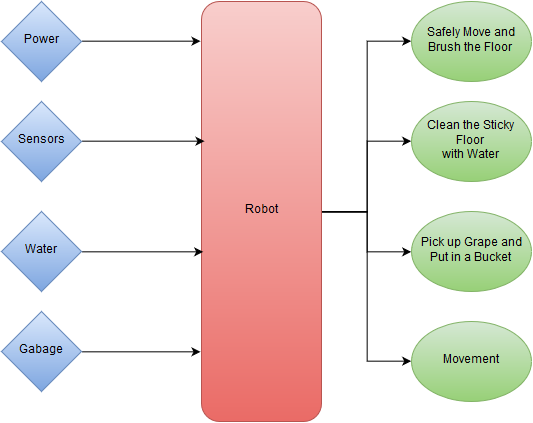
Above: images/RobotFunctionalDiagram.png in quangdai1406/quangdai1406.github.io (draw.io), before the change. Source tidied: cells renumbered, new cells last; positions are measured from the earlier drawing's top-left corner, leaving out a move shared by most shapes.
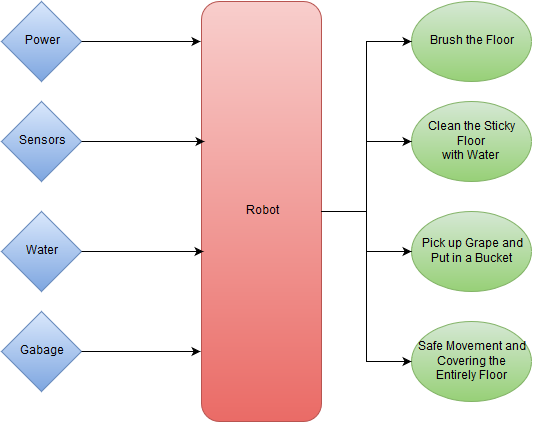
After the change.

Diff of the diagram source:
```diff
@@ -2,56 +2,56 @@
   <root>
     <mxCell id="0" />
     <mxCell id="1" parent="0" />
-    <mxCell id="2" style="edgeStyle=orthogonalEdgeStyle;rounded=0;html=1;exitX=1;exitY=0.5;entryX=0;entryY=0.5;jettySize=auto;" parent="1" edge="1" source="6" target="15">
-      <mxGeometry x="360.3" y="109.7" as="geometry" />
+    <mxCell id="2" value="Robot" style="rounded=1;whiteSpace=wrap;html=1;plain-red;" parent="1" vertex="1">
+      <mxGeometry x="200" width="120" height="420" as="geometry" />
     </mxCell>
-    <mxCell id="3" style="edgeStyle=orthogonalEdgeStyle;rounded=0;html=1;exitX=1;exitY=0.5;entryX=0;entryY=0.5;jettySize=auto;" parent="1" edge="1" source="6" target="16">
-      <mxGeometry x="360.3" y="209.7" as="geometry" />
+    <mxCell id="3" value="Sensors" style="rhombus;whiteSpace=wrap;html=1;plain-blue;" parent="1" vertex="1">
+      <mxGeometry y="100" width="80" height="80" as="geometry" />
     </mxCell>
-    <mxCell id="4" style="edgeStyle=orthogonalEdgeStyle;rounded=0;html=1;exitX=1;exitY=0.5;entryX=0;entryY=0.5;jettySize=auto;" parent="1" edge="1" source="6" target="17">
-      <mxGeometry x="360.3" y="280.3" as="geometry" />
+    <mxCell id="4" value="Power" style="rhombus;whiteSpace=wrap;html=1;plain-blue;" parent="1" vertex="1">
+      <mxGeometry width="80" height="80" as="geometry" />
     </mxCell>
-    <mxCell id="5" style="edgeStyle=orthogonalEdgeStyle;rounded=0;html=1;exitX=1;exitY=0.5;entryX=0;entryY=0.5;jettySize=auto;" parent="1" edge="1" source="6" target="18">
-      <mxGeometry x="360.3" y="280.3" as="geometry" />
+    <mxCell id="5" value="Water" style="rhombus;whiteSpace=wrap;html=1;plain-blue;" parent="1" vertex="1">
+      <mxGeometry y="210" width="80" height="80" as="geometry" />
     </mxCell>
-    <mxCell id="6" value="Robot" style="rounded=1;whiteSpace=wrap;html=1;plain-red;" parent="1" vertex="1">
-      <mxGeometry x="200" width="120" height="420" as="geometry" />
+    <mxCell id="6" value="Gabage" style="rhombus;whiteSpace=wrap;html=1;plain-blue;" parent="1" vertex="1">
+      <mxGeometry y="310" width="80" height="80" as="geometry" />
     </mxCell>
-    <mxCell id="7" style="edgeStyle=orthogonalEdgeStyle;rounded=0;html=1;exitX=1;exitY=0.5;entryX=0.025;entryY=0.333;entryPerimeter=0;jettySize=auto;" parent="1" edge="1" source="8" target="6">
-      <mxGeometry x="120.3" y="209.7" as="geometry" />
+    <mxCell id="7" value="Brush the Floor&lt;br&gt;" style="ellipse;whiteSpace=wrap;html=1;plain-green;" parent="1" vertex="1">
+      <mxGeometry x="410" width="120" height="80" as="geometry" />
     </mxCell>
-    <mxCell id="8" value="Sensors" style="rhombus;whiteSpace=wrap;html=1;plain-blue;" parent="1" vertex="1">
-      <mxGeometry y="100" width="80" height="80" as="geometry" />
+    <mxCell id="8" value="Clean the Sticky Floor&lt;br&gt;with Water&lt;br&gt;" style="ellipse;whiteSpace=wrap;html=1;plain-green;" parent="1" vertex="1">
+      <mxGeometry x="410" y="100" width="120" height="80" as="geometry" />
     </mxCell>
-    <mxCell id="9" style="edgeStyle=orthogonalEdgeStyle;rounded=0;html=1;exitX=1;exitY=0.5;entryX=-0.008;entryY=0.095;entryPerimeter=0;jettySize=auto;" parent="1" edge="1" source="10" target="6">
-      <mxGeometry x="120.3" y="109.7" as="geometry" />
+    <mxCell id="9" value="Pick up Grape and &lt;br&gt;Put in a Bucket&lt;br&gt;" style="ellipse;whiteSpace=wrap;html=1;plain-green;" parent="1" vertex="1">
+      <mxGeometry x="410" y="210" width="120" height="80" as="geometry" />
     </mxCell>
-    <mxCell id="10" value="Power" style="rhombus;whiteSpace=wrap;html=1;plain-blue;" parent="1" vertex="1">
-      <mxGeometry width="80" height="80" as="geometry" />
+    <mxCell id="10" value="Safe Movement and&lt;br&gt;Covering the &lt;br&gt;Entirely Floor&lt;br&gt;" style="ellipse;whiteSpace=wrap;html=1;plain-green;" parent="1" vertex="1">
+      <mxGeometry x="410" y="320" width="120" height="80" as="geometry" />
     </mxCell>
-    <mxCell id="11" style="edgeStyle=orthogonalEdgeStyle;rounded=0;html=1;exitX=1;exitY=0.5;entryX=0.017;entryY=0.595;entryPerimeter=0;jettySize=auto;" parent="1" edge="1" source="12" target="6">
-      <mxGeometry x="120.3" y="320.3" as="geometry" />
+    <mxCell id="11" style="edgeStyle=orthogonalEdgeStyle;rounded=0;html=1;exitX=1;exitY=0.5;entryX=-0.008;entryY=0.095;entryPerimeter=0;jettySize=auto;" parent="1" edge="1" source="4" target="2">
+      <mxGeometry x="120" y="110" as="geometry" />
     </mxCell>
-    <mxCell id="12" value="Water" style="rhombus;whiteSpace=wrap;html=1;plain-blue;" parent="1" vertex="1">
-      <mxGeometry y="210" width="80" height="80" as="geometry" />
+    <mxCell id="12" style="edgeStyle=orthogonalEdgeStyle;rounded=0;html=1;exitX=1;exitY=0.5;entryX=0.025;entryY=0.333;entryPerimeter=0;jettySize=auto;" parent="1" edge="1" source="3" target="2">
+      <mxGeometry x="120" y="210" as="geometry" />
     </mxCell>
-    <mxCell id="13" style="edgeStyle=orthogonalEdgeStyle;rounded=0;html=1;exitX=1;exitY=0.5;entryX=-0.008;entryY=0.833;entryPerimeter=0;jettySize=auto;" parent="1" edge="1" source="14" target="6">
-      <mxGeometry x="120.3" y="420.3" as="geometry" />
+    <mxCell id="13" style="edgeStyle=orthogonalEdgeStyle;rounded=0;html=1;exitX=1;exitY=0.5;entryX=0.017;entryY=0.595;entryPerimeter=0;jettySize=auto;" parent="1" edge="1" source="5" target="2">
+      <mxGeometry x="120" y="320" as="geometry" />
     </mxCell>
-    <mxCell id="14" value="Gabage" style="rhombus;whiteSpace=wrap;html=1;plain-blue;" parent="1" vertex="1">
-      <mxGeometry y="310" width="80" height="80" as="geometry" />
+    <mxCell id="14" style="edgeStyle=orthogonalEdgeStyle;rounded=0;html=1;exitX=1;exitY=0.5;entryX=-0.008;entryY=0.833;entryPerimeter=0;jettySize=auto;" parent="1" edge="1" source="6" target="2">
+      <mxGeometry x="120" y="420" as="geometry" />
     </mxCell>
-    <mxCell id="15" value="Safely Move and&lt;br&gt;Brush the Floor&lt;br&gt;" style="ellipse;whiteSpace=wrap;html=1;plain-green;" parent="1" vertex="1">
-      <mxGeometry x="410" width="120" height="80" as="geometry" />
+    <mxCell id="15" style="edgeStyle=orthogonalEdgeStyle;rounded=0;html=1;exitX=1;exitY=0.5;entryX=0;entryY=0.5;jettySize=auto;" parent="1" edge="1" source="2" target="7">
+      <mxGeometry x="360" y="110" as="geometry" />
     </mxCell>
-    <mxCell id="16" value="Clean the Sticky Floor&lt;br&gt;with Water&lt;br&gt;" style="ellipse;whiteSpace=wrap;html=1;plain-green;" parent="1" vertex="1">
-      <mxGeometry x="410" y="100" width="120" height="80" as="geometry" />
+    <mxCell id="16" style="edgeStyle=orthogonalEdgeStyle;rounded=0;html=1;exitX=1;exitY=0.5;entryX=0;entryY=0.5;jettySize=auto;" parent="1" edge="1" source="2" target="8">
+      <mxGeometry x="360" y="210" as="geometry" />
     </mxCell>
-    <mxCell id="17" value="Pick up Grape and &lt;br&gt;Put in a Bucket&lt;br&gt;" style="ellipse;whiteSpace=wrap;html=1;plain-green;" parent="1" vertex="1">
-      <mxGeometry x="410" y="210" width="120" height="80" as="geometry" />
+    <mxCell id="17" style="edgeStyle=orthogonalEdgeStyle;rounded=0;html=1;exitX=1;exitY=0.5;entryX=0;entryY=0.5;jettySize=auto;" parent="1" edge="1" source="2" target="9">
+      <mxGeometry x="360" y="280" as="geometry" />
     </mxCell>
-    <mxCell id="18" value="Movement" style="ellipse;whiteSpace=wrap;html=1;plain-green;" parent="1" vertex="1">
-      <mxGeometry x="410" y="320" width="120" height="80" as="geometry" />
+    <mxCell id="18" style="edgeStyle=orthogonalEdgeStyle;rounded=0;html=1;exitX=1;exitY=0.5;entryX=0;entryY=0.5;jettySize=auto;" parent="1" edge="1" source="2" target="10">
+      <mxGeometry x="360" y="280" as="geometry" />
     </mxCell>
   </root>
 </mxGraphModel>
```
